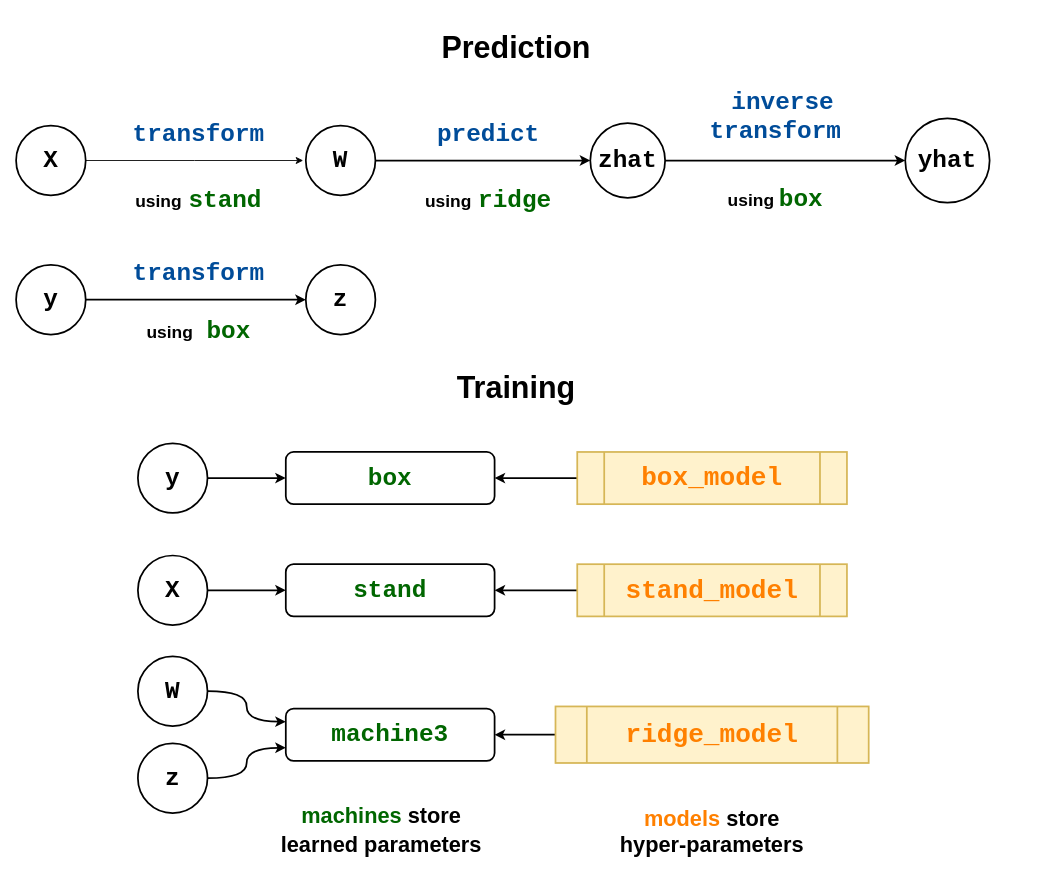
This is docs/src/img/target_transformer.drawio from JuliaAI/MLJ.jl, a draw.io file, before an edit. Source tidied: cells renumbered, new cells numbered last; positions are measured from the earlier drawing's top-left corner, leaving out a move shared by most shapes. Both pictures are drawn from the tidied source at 87%, with x=0, y=0 at pixel (16, 21).
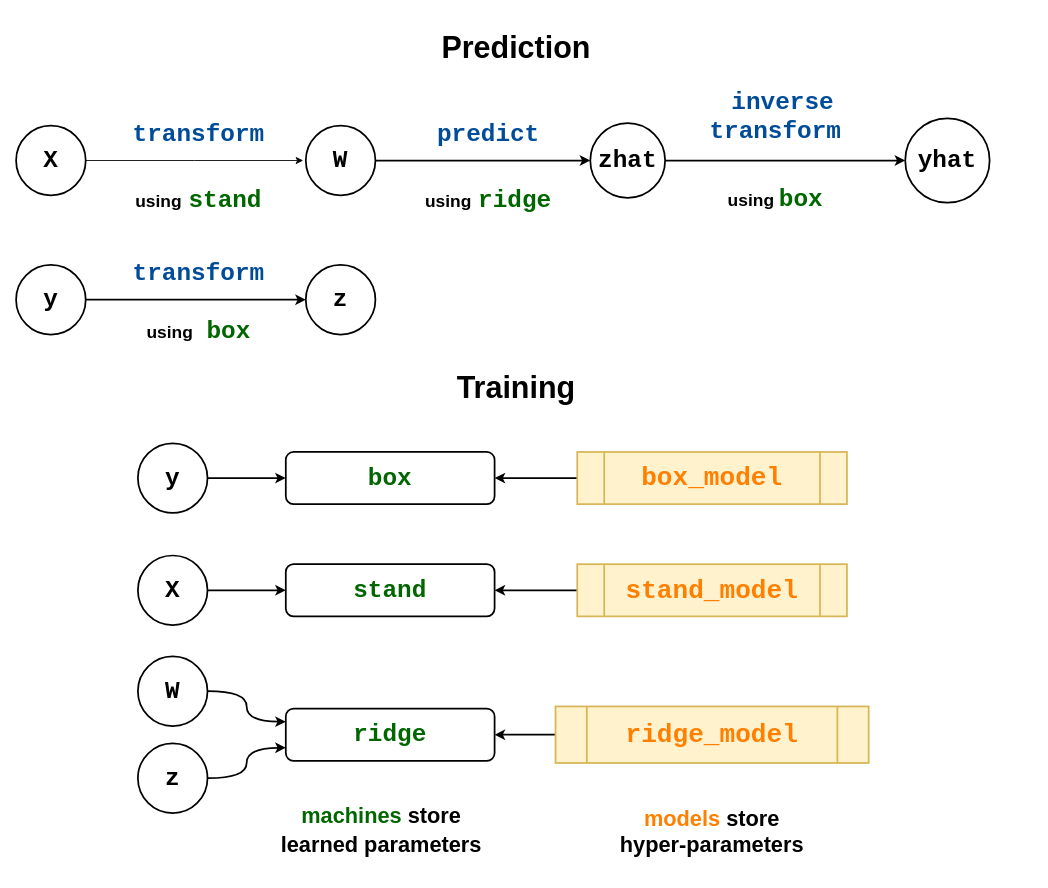
Above is the later version.

Commit message (it also covers changes not shown here):
fix "machine3" -> "ridge" in composing models diagram

What changed in the source:
```diff
@@
-    <mxCell id="27" value="&lt;span style=&quot;white-space: normal ; font-size: 28px ; font-weight: 700&quot;&gt;machine3&lt;/span&gt;" style="rounded=1;whiteSpace=wrap;html=1;strokeWidth=2;fontFamily=Courier New;fontColor=#006600;" parent="1" vertex="1">
+    <mxCell id="27" value="&lt;span style=&quot;font-size: 28px&quot;&gt;&lt;b&gt;ridge&lt;/b&gt;&lt;/span&gt;" style="rounded=1;whiteSpace=wrap;html=1;strokeWidth=2;fontFamily=Courier New;fontColor=#006600;" parent="1" vertex="1">
       <mxGeometry x="310" y="790" width="240" height="60" as="geometry" />
     </mxCell>
```
